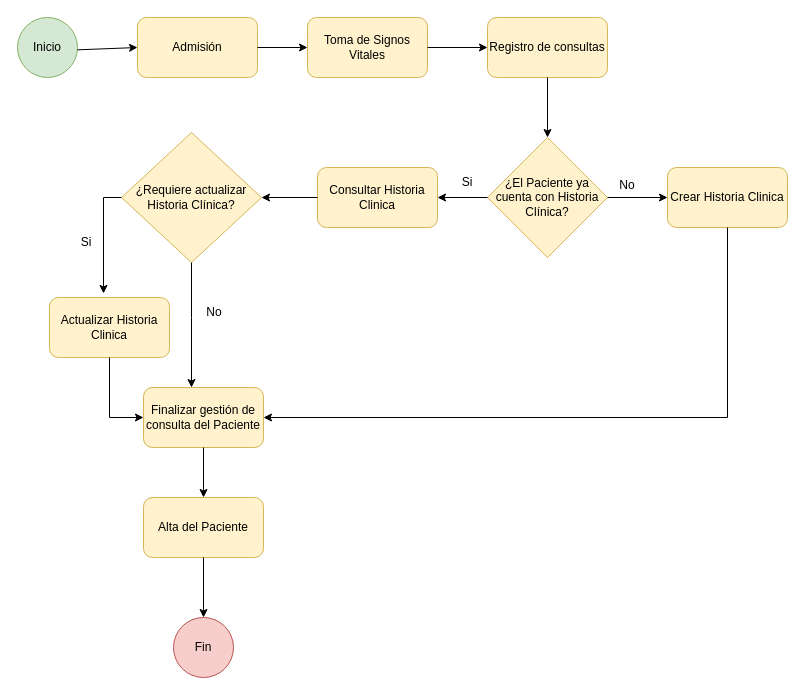
Above: page "Diagrama de Flujo de Historia Clinica" (1 of 3) of Diagramas de Flujo de Proceso.drawio in marguello86/Equipo1_MINSA (draw.io), before the change. Source tidied: cells renumbered, new cells numbered last; positions are measured from the earlier drawing's top-left corner, leaving out a move shared by most shapes. Both pictures are drawn from the tidied source at 100%, with x=0, y=0 at pixel (17, 17).
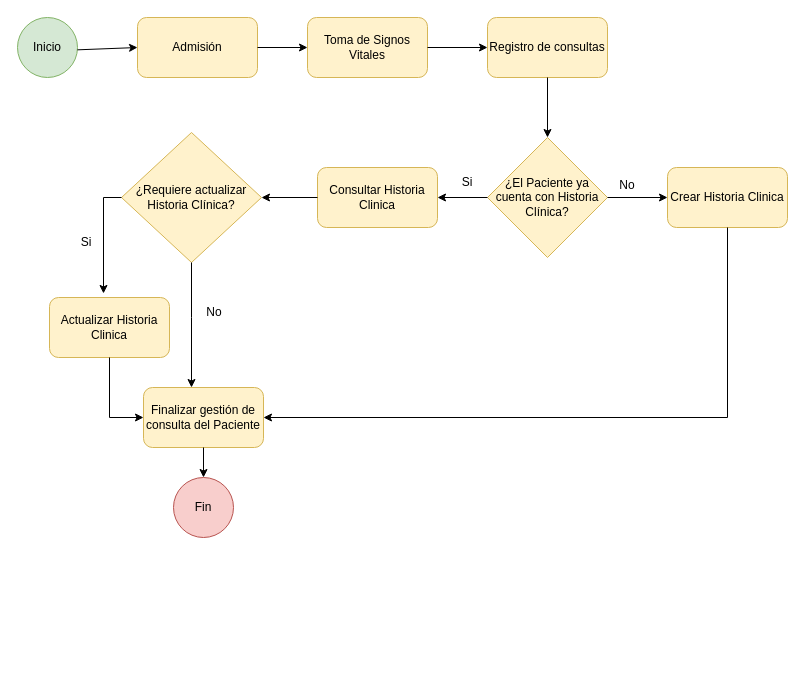
The same diagram, later.

Unchanged cells that the change refers to:
```xml
<mxCell id="26" value="Finalizar gestión de consulta del Paciente" style="rounded=1;whiteSpace=wrap;html=1;fillColor=#fff2cc;strokeColor=#d6b656;" parent="1" vertex="1">
  <mxGeometry x="126" y="370" width="120" height="60" as="geometry" />
</mxCell>
```

What changed in the source:
```diff
@@
-    <mxCell id="17" value="Alta del Paciente" style="rounded=1;whiteSpace=wrap;html=1;fillColor=#fff2cc;strokeColor=#d6b656;" parent="1" vertex="1">
-      <mxGeometry x="126" y="480" width="120" height="60" as="geometry" />
-    </mxCell>
@@
     <mxCell id="19" value="Fin" style="ellipse;whiteSpace=wrap;html=1;fillColor=#f8cecc;strokeColor=#b85450;" parent="1" vertex="1">
-      <mxGeometry x="156" y="600" width="60" height="60" as="geometry" />
+      <mxGeometry x="156" y="460" width="60" height="60" as="geometry" />
     </mxCell>
-    <mxCell id="20" style="endArrow=classic;html=1;rounded=0;exitX=0.5;exitY=1;exitDx=0;exitDy=0;" parent="1" edge="1" source="17" target="19">
-      <mxGeometry relative="1" as="geometry" />
-    </mxCell>
@@
-    <mxCell id="27" style="endArrow=classic;html=1;rounded=0;exitX=0.5;exitY=1;exitDx=0;exitDy=0;entryX=0.5;entryY=0;entryDx=0;entryDy=0;" parent="1" edge="1" source="26" target="17">
+    <mxCell id="27" style="endArrow=classic;html=1;rounded=0;exitX=0.5;exitY=1;exitDx=0;exitDy=0;" parent="1" edge="1" source="26" target="19">
       <mxGeometry relative="1" as="geometry" />
     </mxCell>
```
